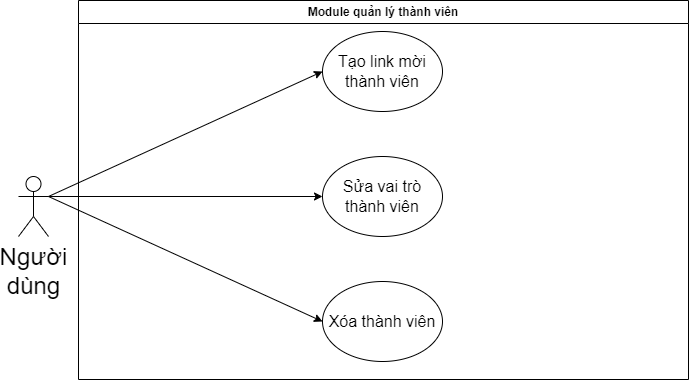
The draw.io diagram Hình/Use case diagram/usecase collaborator.png in VDT1805/ChallengeCreator, before a commit. Source tidied: cells renumbered, new cells last; positions are measured from the earlier drawing's top-left corner, leaving out a move shared by most shapes.
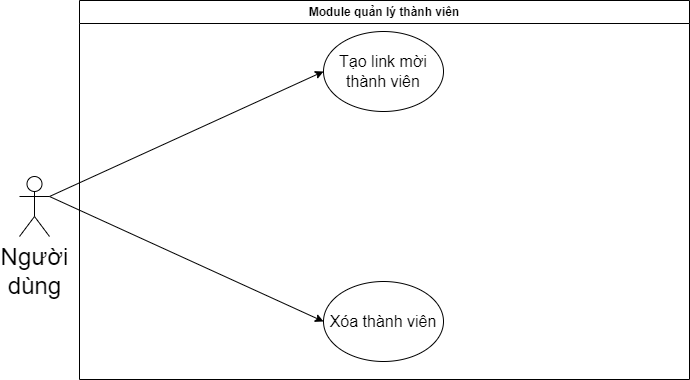
After the commit.

What changed in the source:
```diff
@@ -11,15 +11,9 @@
     <mxCell id="4" value="Xóa thành viên" style="ellipse;whiteSpace=wrap;html=1;fontSize=16;" parent="2" vertex="1">
       <mxGeometry x="244" y="281" width="120" height="80" as="geometry" />
     </mxCell>
-    <mxCell id="5" value="Sửa vai trò thành viên" style="ellipse;whiteSpace=wrap;html=1;fontSize=16;" parent="2" vertex="1">
-      <mxGeometry x="244" y="156" width="120" height="80" as="geometry" />
-    </mxCell>
     <mxCell id="6" style="edgeStyle=none;html=1;exitX=1;exitY=0.3333333333333333;exitDx=0;exitDy=0;exitPerimeter=0;entryX=0;entryY=0.5;entryDx=0;entryDy=0;" parent="1" edge="1" source="9" target="3">
       <mxGeometry relative="1" as="geometry" />
     </mxCell>
-    <mxCell id="7" style="edgeStyle=none;html=1;exitX=1;exitY=0.3333333333333333;exitDx=0;exitDy=0;exitPerimeter=0;entryX=0;entryY=0.5;entryDx=0;entryDy=0;" parent="1" edge="1" source="9" target="5">
-      <mxGeometry relative="1" as="geometry" />
-    </mxCell>
     <mxCell id="8" style="edgeStyle=none;html=1;exitX=1;exitY=0.3333333333333333;exitDx=0;exitDy=0;exitPerimeter=0;entryX=0;entryY=0.5;entryDx=0;entryDy=0;" parent="1" edge="1" source="9" target="4">
       <mxGeometry relative="1" as="geometry" />
     </mxCell>
```
